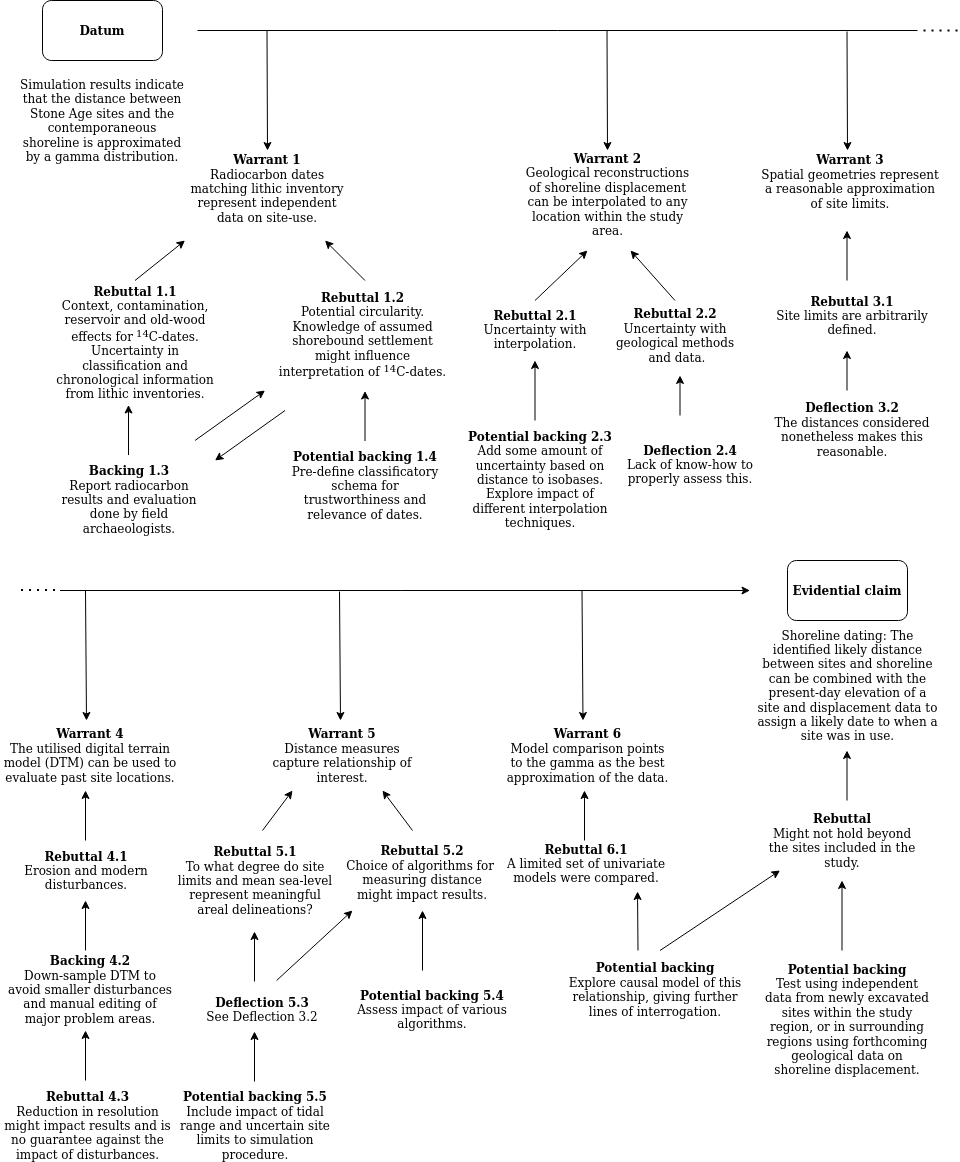
Before: figures/toulmin_p1.png, a diagram exported from draw.io (isakro/thesis). Source tidied: cells renumbered, new cells last; positions are measured from the earlier drawing's top-left corner, leaving out a move shared by most shapes.
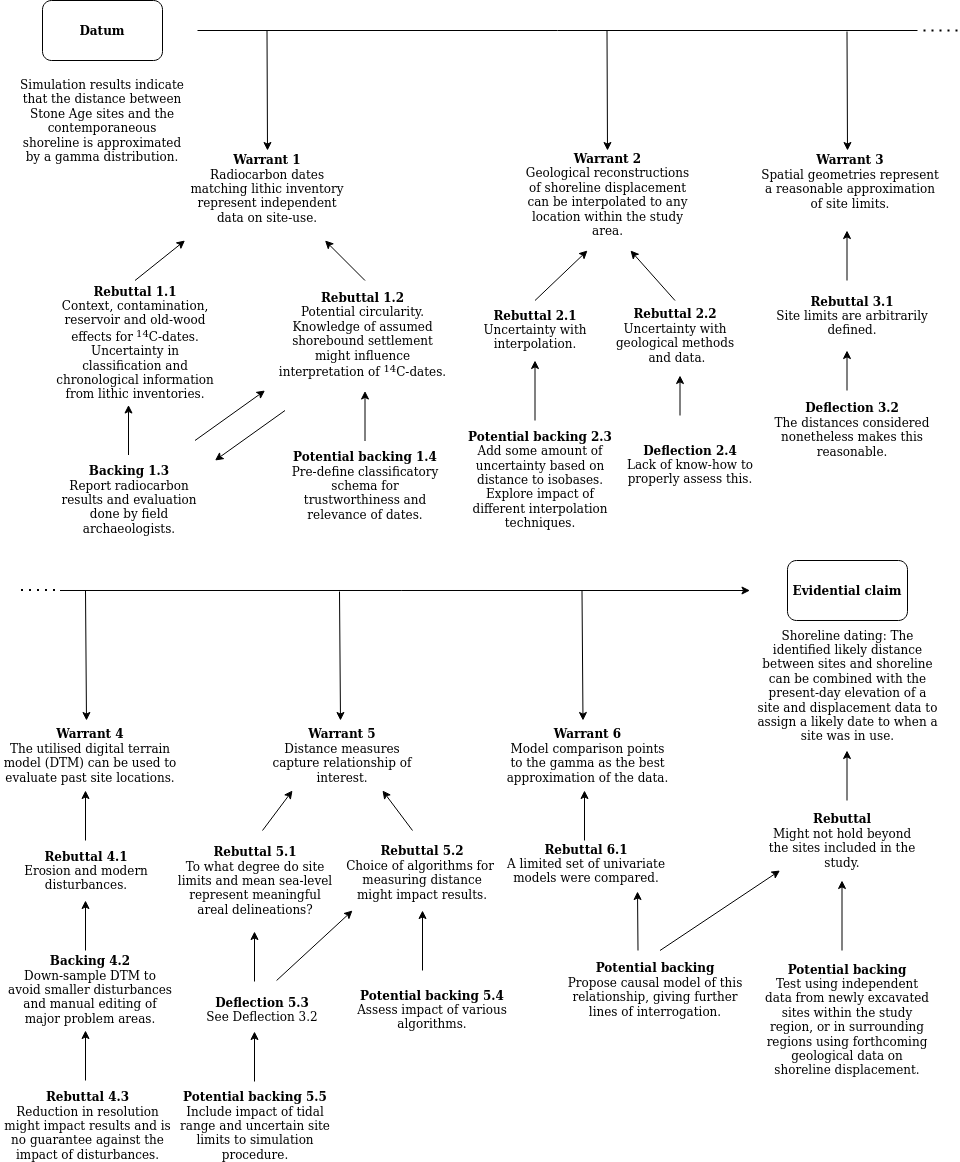
Above is the later version.

Diff of the diagram source:
```diff
@@ -59,7 +59,7 @@
     <mxCell id="17" value="&lt;b&gt;Deflection 3.2&lt;br&gt;&lt;/b&gt;&lt;div&gt;The distances considered nonetheless makes this reasonable.&lt;/div&gt;" style="text;html=1;strokeColor=none;fillColor=none;align=center;verticalAlign=middle;whiteSpace=wrap;rounded=0;" parent="1" vertex="1">
       <mxGeometry x="773" y="404" width="160" height="50" as="geometry" />
     </mxCell>
-    <mxCell id="18" value="&lt;div&gt;&lt;b&gt;Potential backing&lt;/b&gt;&lt;/div&gt;&lt;div&gt;Explore causal model of this relationship, giving further lines of interrogation. &lt;br&gt;&lt;/div&gt;" style="text;html=1;strokeColor=none;fillColor=none;align=center;verticalAlign=middle;whiteSpace=wrap;rounded=0;" parent="1" vertex="1">
+    <mxCell id="18" value="&lt;div&gt;&lt;b&gt;Potential backing&lt;/b&gt;&lt;/div&gt;&lt;div&gt;Propose causal model of this relationship, giving further lines of interrogation. &lt;br&gt;&lt;/div&gt;" style="text;html=1;strokeColor=none;fillColor=none;align=center;verticalAlign=middle;whiteSpace=wrap;rounded=0;" parent="1" vertex="1">
       <mxGeometry x="565.5" y="964" width="180" height="50" as="geometry" />
     </mxCell>
     <mxCell id="19" style="endArrow=classic;html=1;rounded=0;" parent="1" edge="1">
```
